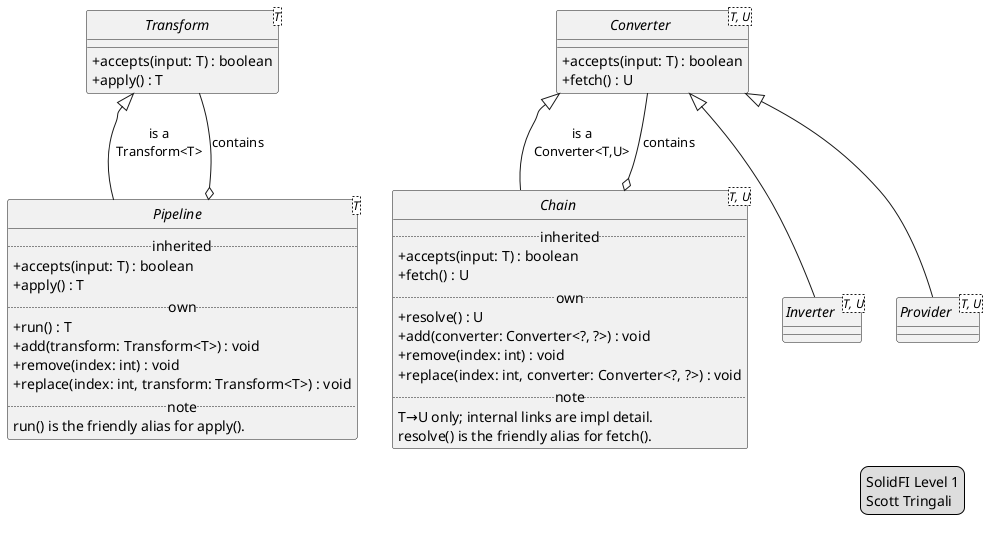
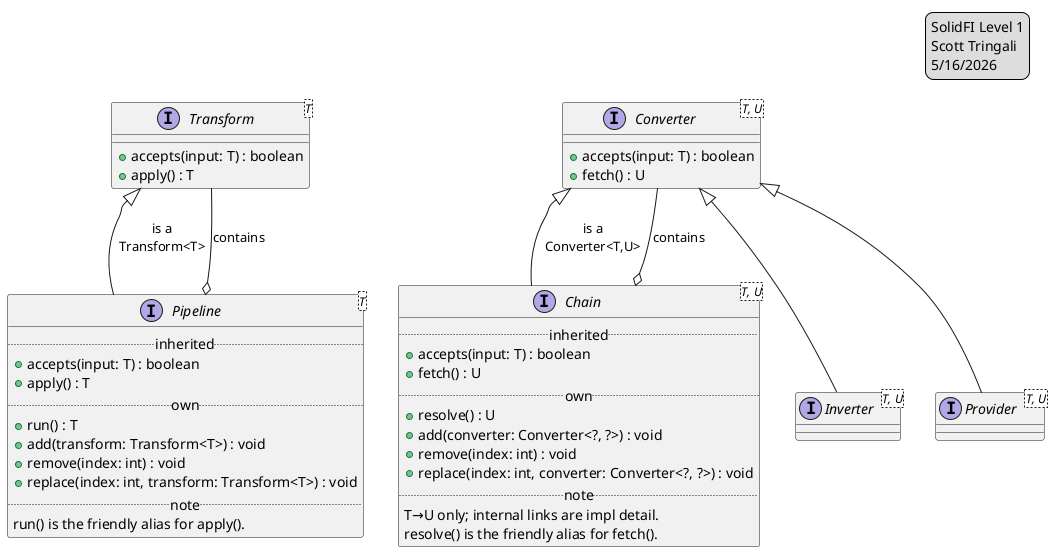
@startuml SolidFI_Level1

- skinparam classAttributeIconSize 0
- skinparam style strictuml
top to bottom direction
+ ' skinparam style strictuml

together {
  interface Inverter<T, U> {}
  interface Provider<T, U> {}
}

together {
  interface Converter<T, U> {
    + accepts(input: T) : boolean
    + fetch() : U
  }

  interface Transform<T> {
    + accepts(input: T) : boolean
    + apply() : T
  }

  interface Chain<T, U> {
    .. inherited ..
    + accepts(input: T) : boolean
    + fetch() : U
    .. own ..
    + resolve() : U
    + add(converter: Converter<?, ?>) : void
    + remove(index: int) : void
    + replace(index: int, converter: Converter<?, ?>) : void
    .. note ..
    T→U only; internal links are impl detail.
    resolve() is the friendly alias for fetch().
  }

  interface Pipeline<T> {
    .. inherited ..
    + accepts(input: T) : boolean
    + apply() : T
    .. own ..
    + run() : T
    + add(transform: Transform<T>) : void
    + remove(index: int) : void
    + replace(index: int, transform: Transform<T>) : void
    .. note ..
    run() is the friendly alias for apply().
  }
}

- legend bottom right
+ legend top right
  SolidFI Level 1
  Scott Tringali
+   5/16/2026
end legend

Converter <|-- Chain : "is a\nConverter<T,U>"
Transform <|-- Pipeline : "is a\nTransform<T>"

Converter <|-- Inverter
Converter <|-- Provider

Converter --o Chain : contains
Transform --o Pipeline : contains

@enduml
